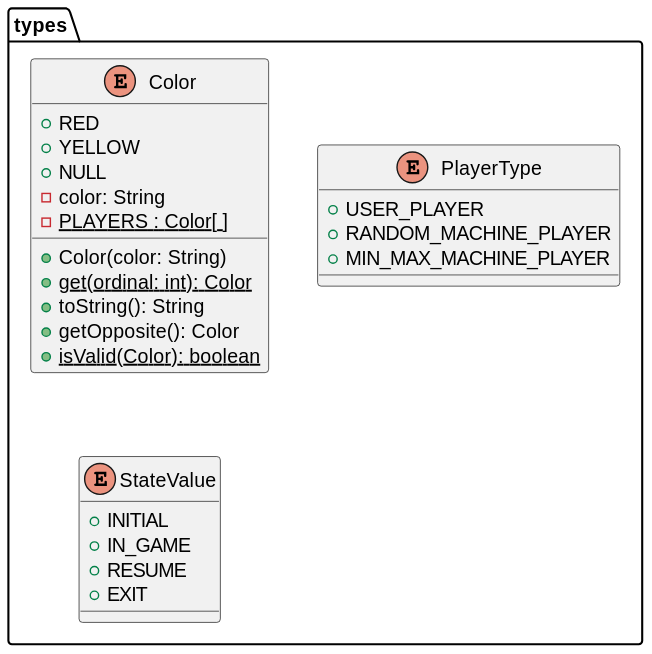
js-rom/connect4 keeps this PlantUML diagram as out/connect4/Docs/diagrams/src/packages/connect4.connect4.types/connect4.connect4.types.svg. Above is the earlier version.
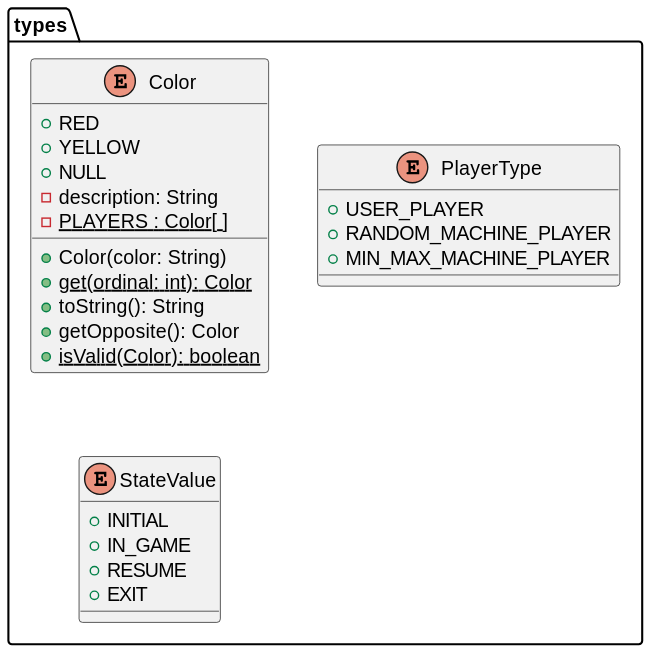
After the change.

What changed in the source:
```diff
@@ -11,7 +11,7 @@
 Color : +RED
 Color : +YELLOW
 Color : +NULL
-Color : -color: String
+Color : -description: String
 Color : {static} -PLAYERS : Color[ ]
 Color : +Color(color: String)
 Color : {static} +get(ordinal: int): Color
```
